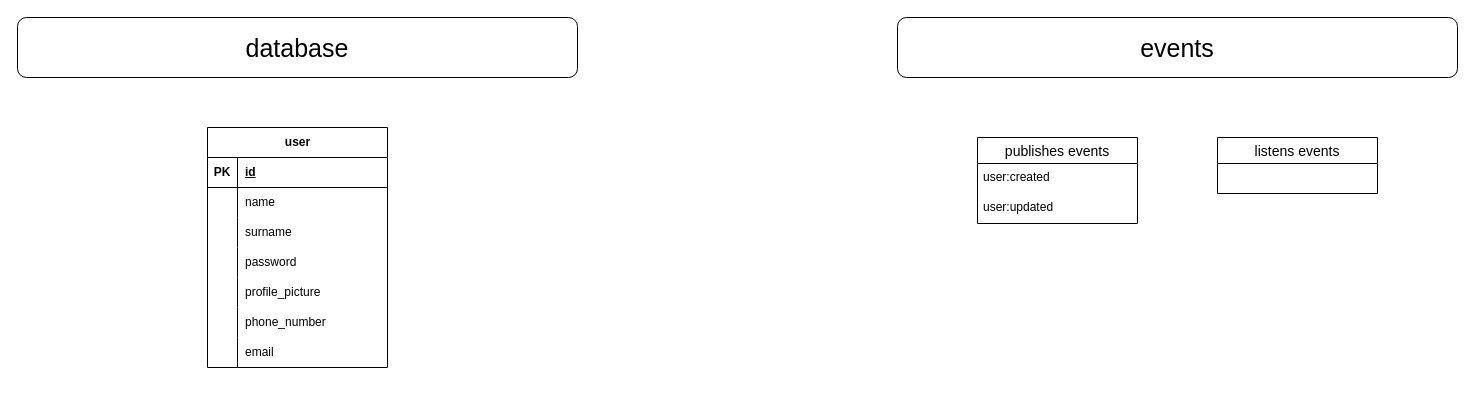
Before: page "user" (3 of 9) of app.drawio in ernurQ/eat-web-diagrams, a draw.io diagram. Source tidied: cells renumbered, new cells numbered last; positions are measured from the earlier drawing's top-left corner, leaving out a move shared by most shapes. Both pictures are drawn from the tidied source at 100%, with x=0, y=0 at pixel (17, 17).
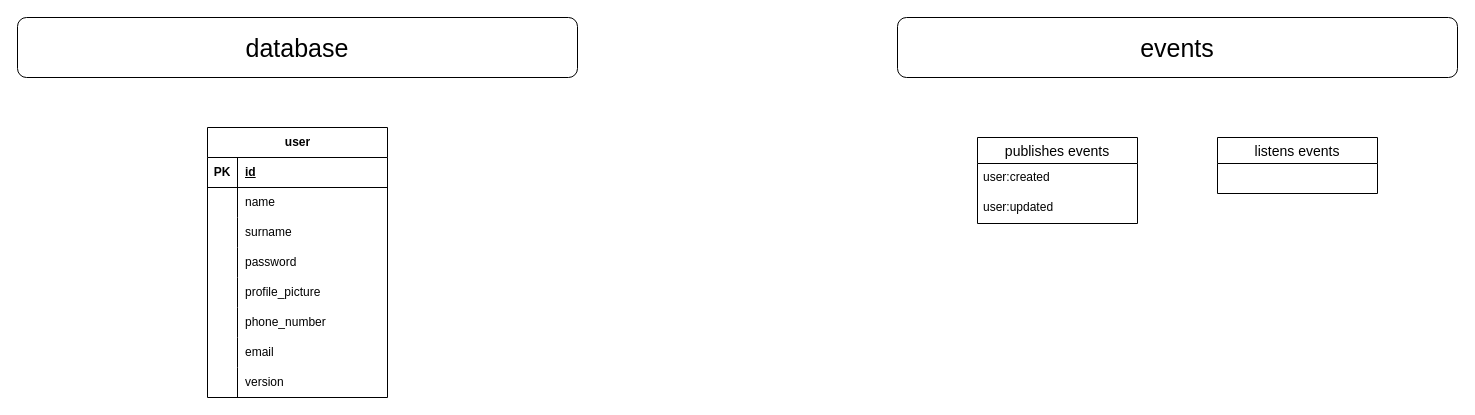
The same page after the edit.

What changed in the source:
```diff
@@
     <mxCell id="2" value="user" style="shape=table;startSize=30;childLayout=tableLayout;rowLines=0;fontStyle=1;align=center;html=1;" parent="1" vertex="1">
-      <mxGeometry x="190" y="110" width="180" height="240" as="geometry" />
+      <mxGeometry x="190" y="110" width="180" height="270" as="geometry" />
     </mxCell>
@@
+    <mxCell id="30" style="shape=tableRow;horizontal=0;startSize=0;swimlaneHead=0;swimlaneBody=0;fillColor=none;top=0;left=0;right=0;bottom=0;" parent="2" vertex="1">
+      <mxGeometry y="240" width="180" height="30" as="geometry" />
+    </mxCell>
+    <mxCell id="31" style="shape=partialRectangle;fillColor=none;top=0;left=0;bottom=0;right=0;overflow=hidden;whiteSpace=wrap;html=1;" parent="30" vertex="1">
+      <mxGeometry width="30" height="30" as="geometry" />
+    </mxCell>
+    <mxCell id="32" value="version" style="shape=partialRectangle;fillColor=none;top=0;left=0;bottom=0;right=0;align=left;spacingLeft=6;overflow=hidden;whiteSpace=wrap;html=1;" parent="30" vertex="1">
+      <mxGeometry x="30" width="150" height="30" as="geometry" />
+    </mxCell>
```
